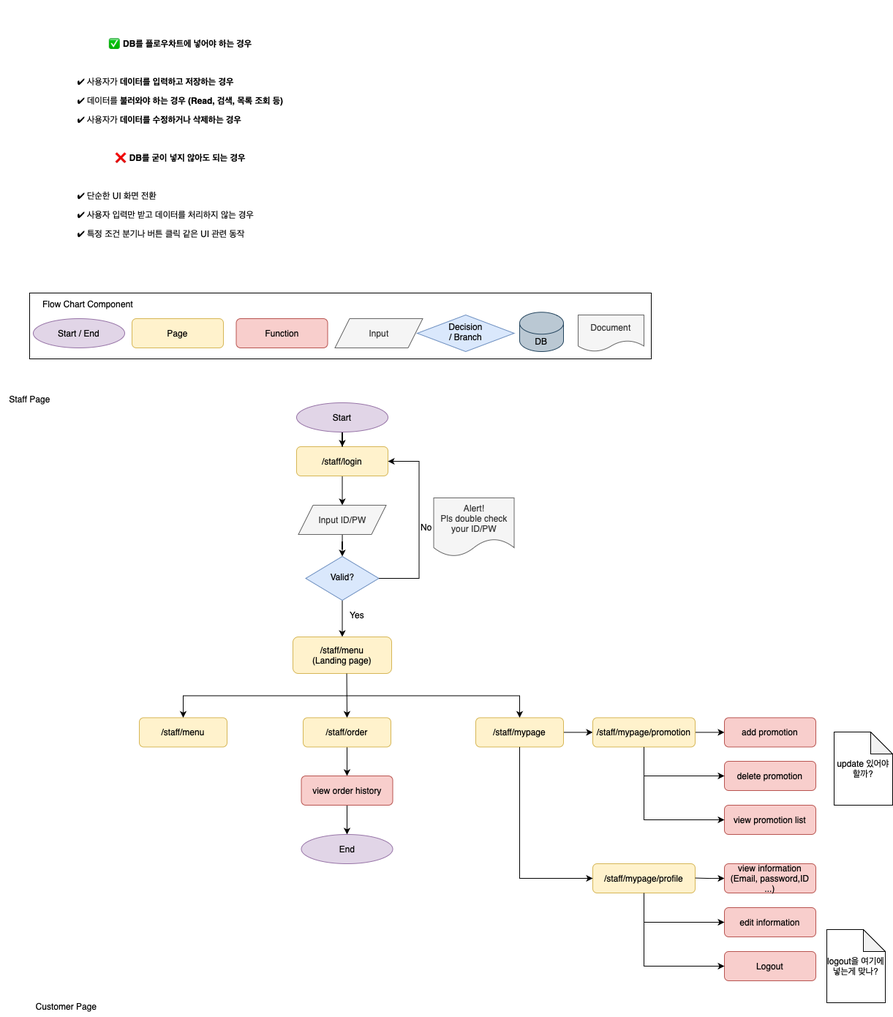
Before: flowchart.drawio.png, a diagram exported from draw.io (Yunzoo01/linas-deli). Source tidied: cells renumbered, new cells last; positions are measured from the earlier drawing's top-left corner, leaving out a move shared by most shapes.
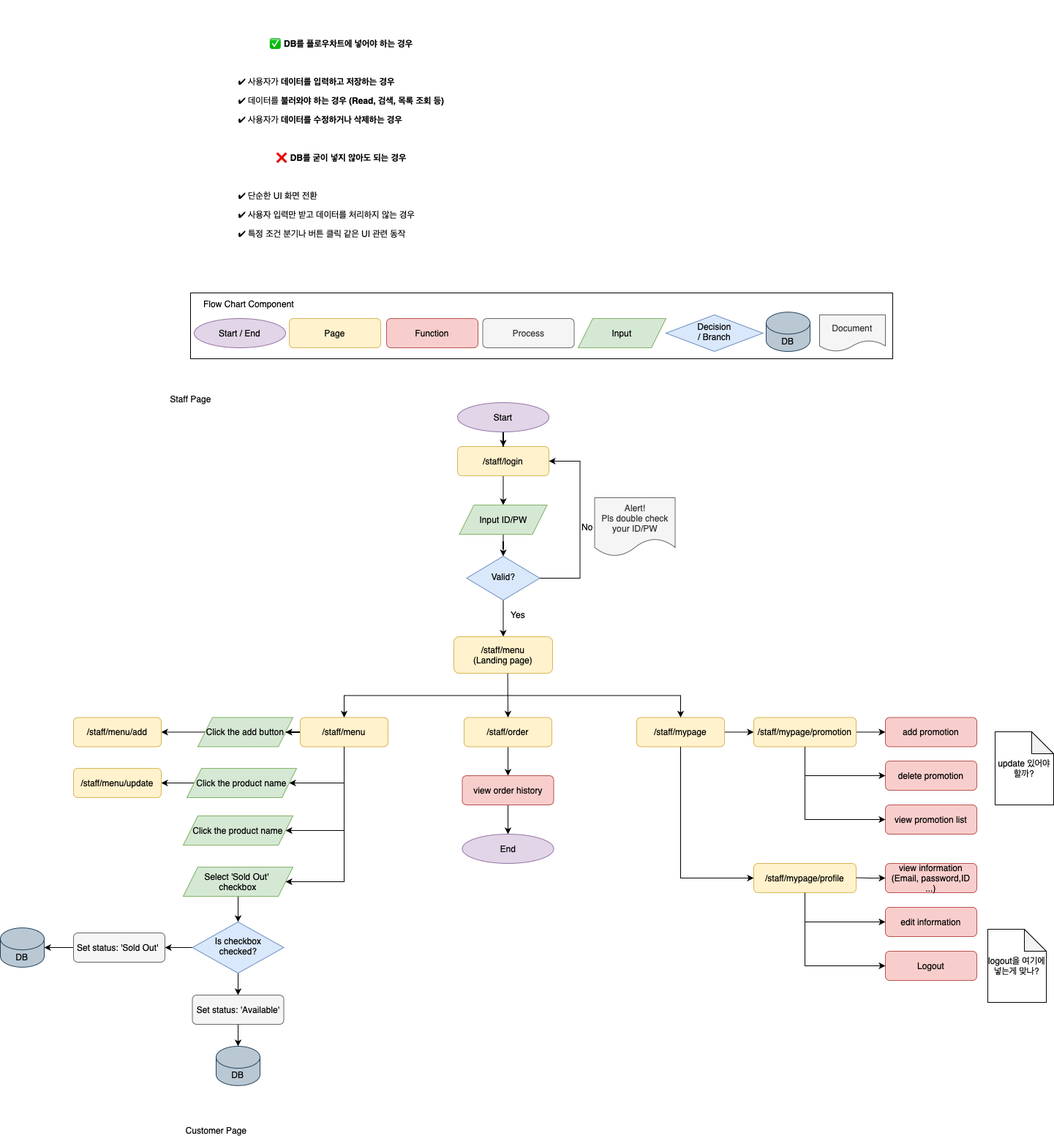
After the change.

The edit, as a diff of the source:
```diff
@@ -3,7 +3,7 @@
     <mxCell id="0" />
     <mxCell id="1" parent="0" />
     <mxCell id="2" style="rounded=0;whiteSpace=wrap;html=1;" parent="1" vertex="1">
-      <mxGeometry x="40" y="400" width="850" height="90" as="geometry" />
+      <mxGeometry x="40" y="400" width="960" height="90" as="geometry" />
     </mxCell>
     <mxCell id="3" style="edgeStyle=orthogonalEdgeStyle;rounded=0;jettySize=auto;html=1;" parent="1" edge="1" source="4" target="11">
       <mxGeometry relative="1" as="geometry" />
@@ -21,7 +21,7 @@
       <mxGeometry y="530" width="80" height="30" as="geometry" />
     </mxCell>
     <mxCell id="8" value="Customer Page" style="text;html=1;align=center;verticalAlign=middle;strokeColor=none;fillColor=none;" parent="1" vertex="1">
-      <mxGeometry x="35" y="1360" width="110" height="30" as="geometry" />
+      <mxGeometry x="20" y="1530" width="110" height="30" as="geometry" />
     </mxCell>
     <mxCell id="9" value="/staff/menu&lt;div&gt;(Landing page)&lt;/div&gt;" style="rounded=1;whiteSpace=wrap;html=1;rotation=0;fillColor=#fff2cc;strokeColor=#d6b656;" parent="1" vertex="1">
       <mxGeometry x="400" y="870" width="135" height="50" as="geometry" />
@@ -29,7 +29,7 @@
     <mxCell id="10" style="edgeStyle=orthogonalEdgeStyle;rounded=0;jettySize=auto;html=1;" parent="1" edge="1" source="11" target="6">
       <mxGeometry relative="1" as="geometry" />
     </mxCell>
-    <mxCell id="11" value="Input ID/PW" style="shape=parallelogram;perimeter=parallelogramPerimeter;whiteSpace=wrap;html=1;fixedSize=1;fillColor=#f5f5f5;fontColor=#333333;strokeColor=#666666;" parent="1" vertex="1">
+    <mxCell id="11" value="Input ID/PW" style="shape=parallelogram;perimeter=parallelogramPerimeter;whiteSpace=wrap;html=1;fixedSize=1;fillColor=#d5e8d4;strokeColor=#82b366;" parent="1" vertex="1">
       <mxGeometry x="407.5" y="690" width="120" height="40" as="geometry" />
     </mxCell>
     <mxCell id="12" style="endArrow=classic;html=1;rounded=0;entryX=1;entryY=0.5;entryDx=0;entryDy=0;exitX=1;exitY=0.5;exitDx=0;exitDy=0;" parent="1" edge="1" source="6" target="4">
@@ -57,29 +57,32 @@
       <mxGeometry x="405" y="550" width="125" height="40" as="geometry" />
     </mxCell>
     <mxCell id="18" value="Page" style="rounded=1;whiteSpace=wrap;html=1;fontSize=12;glass=0;strokeWidth=1;shadow=0;fillColor=#fff2cc;strokeColor=#d6b656;" parent="1" vertex="1">
-      <mxGeometry x="180" y="435" width="125" height="40" as="geometry" />
+      <mxGeometry x="175" y="435" width="125" height="40" as="geometry" />
     </mxCell>
     <mxCell id="19" value="Start / End" style="ellipse;whiteSpace=wrap;html=1;fillColor=#e1d5e7;strokeColor=#9673a6;" parent="1" vertex="1">
       <mxGeometry x="45" y="435" width="125" height="40" as="geometry" />
     </mxCell>
     <mxCell id="20" value="Function" style="rounded=1;whiteSpace=wrap;html=1;fontSize=12;glass=0;strokeWidth=1;shadow=0;fillColor=#f8cecc;strokeColor=#b85450;" parent="1" vertex="1">
-      <mxGeometry x="322.5" y="435" width="125" height="40" as="geometry" />
+      <mxGeometry x="308" y="435" width="125" height="40" as="geometry" />
     </mxCell>
-    <mxCell id="21" value="Input" style="shape=parallelogram;perimeter=parallelogramPerimeter;whiteSpace=wrap;html=1;fixedSize=1;fillColor=#f5f5f5;fontColor=#333333;strokeColor=#666666;" parent="1" vertex="1">
-      <mxGeometry x="457.5" y="435" width="120" height="40" as="geometry" />
+    <mxCell id="21" value="Input" style="shape=parallelogram;perimeter=parallelogramPerimeter;whiteSpace=wrap;html=1;fixedSize=1;fillColor=#d5e8d4;strokeColor=#82b366;" parent="1" vertex="1">
+      <mxGeometry x="570" y="435" width="120" height="40" as="geometry" />
     </mxCell>
     <mxCell id="22" value="Decision&lt;div&gt;/ Branch&lt;/div&gt;" style="rhombus;whiteSpace=wrap;html=1;shadow=0;fontFamily=Helvetica;fontSize=12;align=center;strokeWidth=1;spacing=6;spacingTop=-4;fillColor=#dae8fc;strokeColor=#6c8ebf;" parent="1" vertex="1">
-      <mxGeometry x="570" y="430" width="132.5" height="50" as="geometry" />
+      <mxGeometry x="690" y="430" width="132.5" height="50" as="geometry" />
     </mxCell>
     <mxCell id="23" value="DB" style="shape=cylinder3;whiteSpace=wrap;html=1;boundedLbl=1;backgroundOutline=1;size=15;fillColor=#bac8d3;strokeColor=#23445d;" parent="1" vertex="1">
-      <mxGeometry x="710" y="426.2" width="60" height="53.8" as="geometry" />
+      <mxGeometry x="827" y="426.2" width="60" height="53.8" as="geometry" />
     </mxCell>
     <mxCell id="24" value="Document" style="shape=document;whiteSpace=wrap;html=1;boundedLbl=1;fillColor=#f5f5f5;strokeColor=#666666;fontColor=#333333;" parent="1" vertex="1">
-      <mxGeometry x="790" y="430" width="90" height="50" as="geometry" />
+      <mxGeometry x="900" y="430" width="90" height="50" as="geometry" />
     </mxCell>
     <mxCell id="25" value="Flow Chart Component" style="text;html=1;align=center;verticalAlign=middle;whiteSpace=wrap;rounded=0;" parent="1" vertex="1">
       <mxGeometry x="40" y="400" width="160" height="30" as="geometry" />
     </mxCell>
+    <mxCell id="56" style="edgeStyle=orthogonalEdgeStyle;rounded=0;jettySize=auto;html=1;" parent="1" edge="1" source="26" target="58">
+      <mxGeometry relative="1" as="geometry" />
+    </mxCell>
     <mxCell id="26" value="/staff/menu" style="rounded=1;whiteSpace=wrap;html=1;rotation=0;fillColor=#fff2cc;strokeColor=#d6b656;" parent="1" vertex="1">
       <mxGeometry x="190" y="980.5" width="120" height="40" as="geometry" />
     </mxCell>
@@ -206,5 +209,85 @@
     <mxCell id="55" value="logout을 여기에 넣는게 맞나?" style="shape=note;whiteSpace=wrap;html=1;backgroundOutline=1;darkOpacity=0.05;" parent="1" vertex="1">
       <mxGeometry x="1130" y="1270" width="80" height="100" as="geometry" />
     </mxCell>
+    <mxCell id="57" style="edgeStyle=orthogonalEdgeStyle;rounded=0;jettySize=auto;html=1;" parent="1" edge="1" source="58" target="59">
+      <mxGeometry relative="1" as="geometry" />
+    </mxCell>
+    <mxCell id="58" value="Click the add button" style="shape=parallelogram;perimeter=parallelogramPerimeter;whiteSpace=wrap;html=1;fixedSize=1;fillColor=#d5e8d4;strokeColor=#82b366;" parent="1" vertex="1">
+      <mxGeometry x="50" y="980.5" width="130" height="40" as="geometry" />
+    </mxCell>
+    <mxCell id="59" value="/staff/menu/add" style="rounded=1;whiteSpace=wrap;html=1;rotation=0;fillColor=#fff2cc;strokeColor=#d6b656;" parent="1" vertex="1">
+      <mxGeometry x="-120" y="980.5" width="120" height="40" as="geometry" />
+    </mxCell>
+    <mxCell id="60" style="edgeStyle=orthogonalEdgeStyle;rounded=0;jettySize=auto;html=1;" parent="1" edge="1" source="61" target="62">
+      <mxGeometry relative="1" as="geometry" />
+    </mxCell>
+    <mxCell id="61" value="Click the product name" style="shape=parallelogram;perimeter=parallelogramPerimeter;whiteSpace=wrap;html=1;fixedSize=1;fillColor=#d5e8d4;strokeColor=#82b366;" parent="1" vertex="1">
+      <mxGeometry x="35" y="1050" width="150" height="40" as="geometry" />
+    </mxCell>
+    <mxCell id="62" value="/staff/menu/update" style="rounded=1;whiteSpace=wrap;html=1;rotation=0;fillColor=#fff2cc;strokeColor=#d6b656;" parent="1" vertex="1">
+      <mxGeometry x="-120" y="1050" width="120" height="40" as="geometry" />
+    </mxCell>
+    <mxCell id="63" style="edgeStyle=orthogonalEdgeStyle;rounded=0;jettySize=auto;html=1;entryX=1;entryY=0.5;entryDx=0;entryDy=0;exitX=0.5;exitY=1;exitDx=0;exitDy=0;" parent="1" edge="1" source="26" target="61">
+      <mxGeometry relative="1" as="geometry">
+        <Array as="points">
+          <mxPoint x="250" y="1070" />
+        </Array>
+      </mxGeometry>
+    </mxCell>
+    <mxCell id="64" style="edgeStyle=orthogonalEdgeStyle;rounded=0;jettySize=auto;html=1;" parent="1" edge="1" source="65" target="68">
+      <mxGeometry relative="1" as="geometry" />
+    </mxCell>
+    <mxCell id="65" value="Select 'Sold Out'&amp;nbsp;&lt;div&gt;checkbox&lt;/div&gt;" style="shape=parallelogram;perimeter=parallelogramPerimeter;whiteSpace=wrap;html=1;fixedSize=1;fillColor=#d5e8d4;strokeColor=#82b366;" parent="1" vertex="1">
+      <mxGeometry x="30" y="1185" width="150" height="40" as="geometry" />
+    </mxCell>
+    <mxCell id="66" style="edgeStyle=orthogonalEdgeStyle;rounded=0;jettySize=auto;html=1;" parent="1" edge="1" source="68" target="72">
+      <mxGeometry relative="1" as="geometry" />
+    </mxCell>
+    <mxCell id="67" style="edgeStyle=orthogonalEdgeStyle;rounded=0;jettySize=auto;html=1;" parent="1" edge="1" source="68" target="74">
+      <mxGeometry relative="1" as="geometry" />
+    </mxCell>
+    <mxCell id="68" value="Is checkbox checked?" style="rhombus;whiteSpace=wrap;html=1;shadow=0;fontFamily=Helvetica;fontSize=12;align=center;strokeWidth=1;spacing=6;spacingTop=-4;fillColor=#dae8fc;strokeColor=#6c8ebf;" parent="1" vertex="1">
+      <mxGeometry x="42.5" y="1260" width="125" height="70" as="geometry" />
+    </mxCell>
+    <mxCell id="69" style="edgeStyle=orthogonalEdgeStyle;rounded=0;jettySize=auto;html=1;entryX=1;entryY=0.5;entryDx=0;entryDy=0;" parent="1" edge="1" target="65">
+      <mxGeometry relative="1" as="geometry">
+        <mxPoint x="250" y="1130" as="sourcePoint" />
+        <Array as="points">
+          <mxPoint x="250" y="1205" />
+        </Array>
+      </mxGeometry>
+    </mxCell>
+    <mxCell id="70" value="Process" style="rounded=1;whiteSpace=wrap;html=1;fontSize=12;glass=0;strokeWidth=1;shadow=0;fillColor=#f5f5f5;strokeColor=#666666;fontColor=#333333;" parent="1" vertex="1">
+      <mxGeometry x="439.5" y="435" width="125" height="40" as="geometry" />
+    </mxCell>
+    <mxCell id="71" style="edgeStyle=orthogonalEdgeStyle;rounded=0;jettySize=auto;html=1;" parent="1" edge="1" source="72" target="75">
+      <mxGeometry relative="1" as="geometry" />
+    </mxCell>
+    <mxCell id="72" value="&lt;p style=&quot;caret-color: rgb(0, 0, 0); color: rgb(0, 0, 0);&quot; class=&quot;p1&quot;&gt;Set status:&amp;nbsp;&lt;span class=&quot;s1&quot;&gt;'Sold Out'&lt;/span&gt;&amp;nbsp;&lt;/p&gt;" style="rounded=1;whiteSpace=wrap;html=1;fontSize=12;glass=0;strokeWidth=1;shadow=0;fillColor=#f5f5f5;strokeColor=#666666;fontColor=#333333;align=center;" parent="1" vertex="1">
+      <mxGeometry x="-120" y="1275" width="125" height="40" as="geometry" />
+    </mxCell>
+    <mxCell id="73" style="edgeStyle=orthogonalEdgeStyle;rounded=0;jettySize=auto;html=1;" parent="1" edge="1" source="74" target="76">
+      <mxGeometry relative="1" as="geometry" />
+    </mxCell>
+    <mxCell id="74" value="&lt;p style=&quot;caret-color: rgb(0, 0, 0); color: rgb(0, 0, 0); text-align: start;&quot; class=&quot;p1&quot;&gt;Set status: 'Available'&lt;/p&gt;" style="rounded=1;whiteSpace=wrap;html=1;fontSize=12;glass=0;strokeWidth=1;shadow=0;fillColor=#f5f5f5;strokeColor=#666666;fontColor=#333333;align=center;" parent="1" vertex="1">
+      <mxGeometry x="42.5" y="1360" width="125" height="40" as="geometry" />
+    </mxCell>
+    <mxCell id="75" value="DB" style="shape=cylinder3;whiteSpace=wrap;html=1;boundedLbl=1;backgroundOutline=1;size=15;fillColor=#bac8d3;strokeColor=#23445d;" parent="1" vertex="1">
+      <mxGeometry x="-220" y="1268.1" width="60" height="53.8" as="geometry" />
+    </mxCell>
+    <mxCell id="76" value="DB" style="shape=cylinder3;whiteSpace=wrap;html=1;boundedLbl=1;backgroundOutline=1;size=15;fillColor=#bac8d3;strokeColor=#23445d;" parent="1" vertex="1">
+      <mxGeometry x="75" y="1430" width="60" height="53.8" as="geometry" />
+    </mxCell>
+    <mxCell id="77" style="edgeStyle=orthogonalEdgeStyle;rounded=0;jettySize=auto;html=1;entryX=1;entryY=0.5;entryDx=0;entryDy=0;" parent="1" edge="1" target="78">
+      <mxGeometry relative="1" as="geometry">
+        <mxPoint x="250" y="1050" as="sourcePoint" />
+        <Array as="points">
+          <mxPoint x="250" y="1135" />
+        </Array>
+      </mxGeometry>
+    </mxCell>
+    <mxCell id="78" value="Click the product name" style="shape=parallelogram;perimeter=parallelogramPerimeter;whiteSpace=wrap;html=1;fixedSize=1;fillColor=#d5e8d4;strokeColor=#82b366;" parent="1" vertex="1">
+      <mxGeometry x="30" y="1115" width="150" height="40" as="geometry" />
+    </mxCell>
   </root>
 </mxGraphModel>
```
